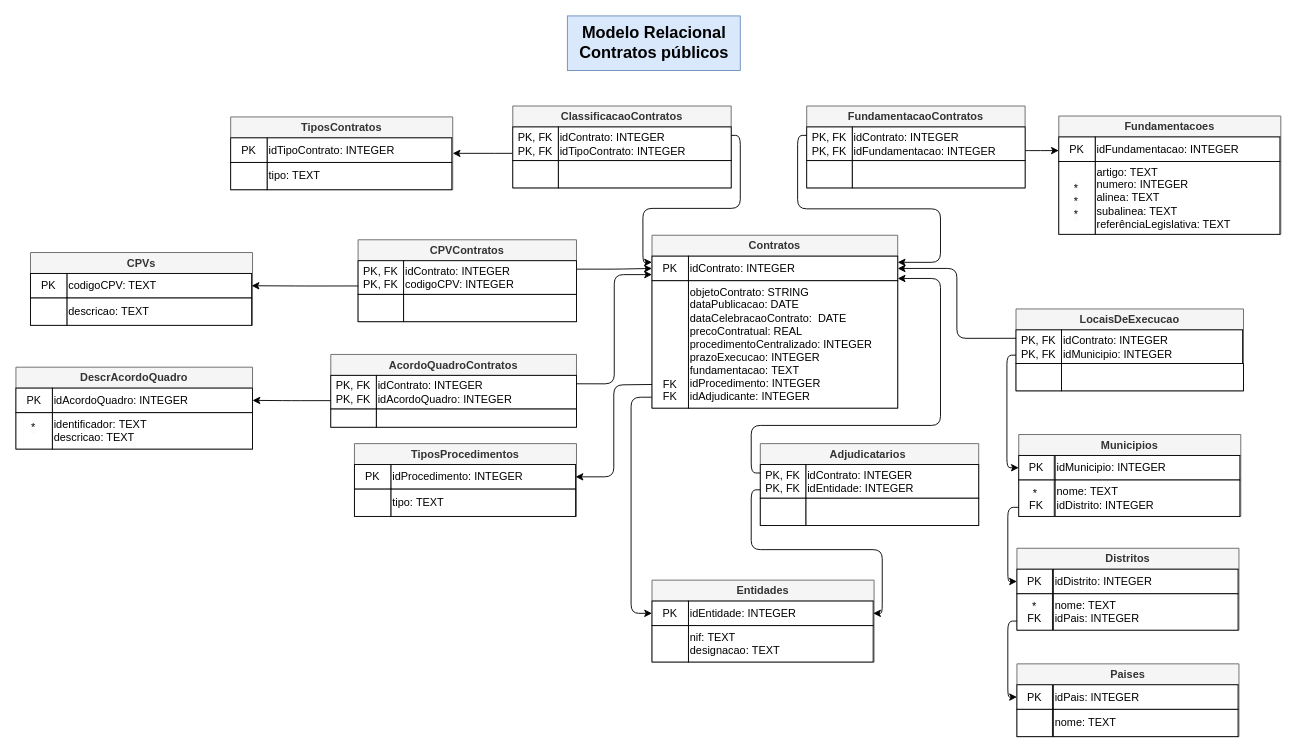
The draw.io diagram modelagem/modelo-relacional.drawio in bzabot/public-contracts-db, before the edit. Source tidied: cells renumbered, new cells numbered last; positions are measured from the earlier drawing's top-left corner, leaving out a move shared by most shapes. Both pictures are drawn from the tidied source at 91%, with x=0, y=0 at pixel (15, 15).
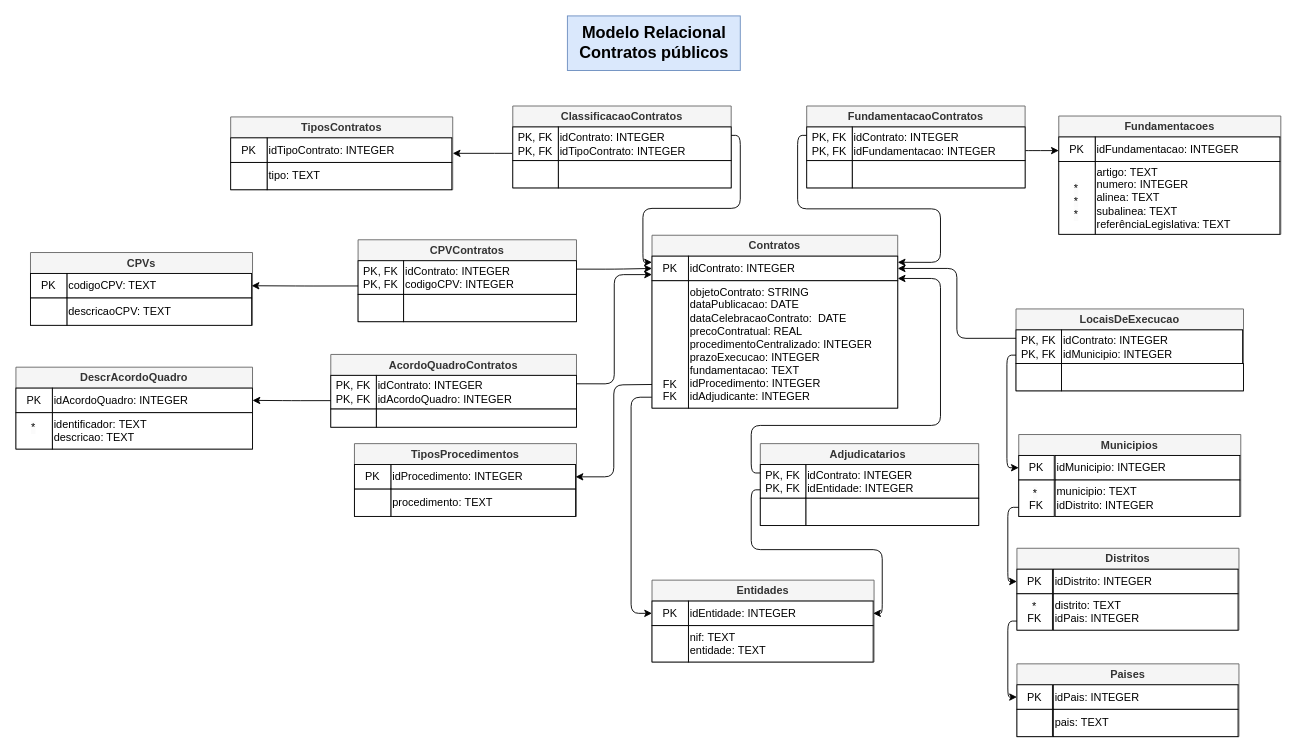
The same page after the edit.

The change refers to these unchanged cells:
```xml
<mxCell id="14" value="CPVs" style="swimlane;whiteSpace=wrap;html=1;fillColor=#f5f5f5;fontColor=#333333;strokeColor=#666666;" parent="1" vertex="1">
  <mxGeometry x="16" y="260" width="244" height="80" as="geometry" />
</mxCell>
<mxCell id="19" value="Entidades" style="swimlane;whiteSpace=wrap;html=1;fillColor=#f5f5f5;fontColor=#333333;strokeColor=#666666;" parent="1" vertex="1">
  <mxGeometry x="699" y="620" width="244" height="90" as="geometry" />
</mxCell>
<mxCell id="24" value="Municipios" style="swimlane;whiteSpace=wrap;html=1;fillColor=#f5f5f5;fontColor=#333333;strokeColor=#666666;" parent="1" vertex="1">
  <mxGeometry x="1102" y="460" width="244" height="90" as="geometry" />
</mxCell>
<mxCell id="30" value="Paises" style="swimlane;whiteSpace=wrap;html=1;fillColor=#f5f5f5;fontColor=#333333;strokeColor=#666666;" parent="1" vertex="1">
  <mxGeometry x="1100" y="712" width="244" height="80" as="geometry" />
</mxCell>
<mxCell id="35" value="Distritos" style="swimlane;whiteSpace=wrap;html=1;fillColor=#f5f5f5;fontColor=#333333;strokeColor=#666666;" parent="1" vertex="1">
  <mxGeometry x="1100" y="585" width="244" height="90" as="geometry" />
</mxCell>
<mxCell id="83" value="TiposProcedimentos" style="swimlane;whiteSpace=wrap;html=1;fillColor=#f5f5f5;fontColor=#333333;strokeColor=#666666;" parent="1" vertex="1">
  <mxGeometry x="372" y="470" width="244" height="80" as="geometry" />
</mxCell>
```

The edit, as a diff of the source:
```diff
@@
-    <mxCell id="17" value="&lt;div style=&quot;text-align: justify;&quot;&gt;&lt;span style=&quot;text-align: left;&quot;&gt;descricao:&amp;nbsp;&lt;/span&gt;&lt;span style=&quot;background-color: initial; text-align: left;&quot;&gt;TEXT&lt;/span&gt;&lt;/div&gt;" style="whiteSpace=wrap;html=1;align=left;" parent="14" vertex="1">
+    <mxCell id="17" value="&lt;div style=&quot;text-align: justify;&quot;&gt;&lt;span style=&quot;text-align: left;&quot;&gt;descricaoCPV:&amp;nbsp;&lt;/span&gt;&lt;span style=&quot;background-color: initial; text-align: left;&quot;&gt;TEXT&lt;/span&gt;&lt;/div&gt;" style="whiteSpace=wrap;html=1;align=left;" parent="14" vertex="1">
       <mxGeometry x="40" y="50" width="203" height="30" as="geometry" />
     </mxCell>
@@
-    <mxCell id="22" value="&lt;div style=&quot;text-align: justify;&quot;&gt;&lt;span style=&quot;text-align: left;&quot;&gt;nif:&amp;nbsp;&lt;/span&gt;&lt;span style=&quot;background-color: initial; text-align: left;&quot;&gt;TEXT&lt;/span&gt;&lt;/div&gt;&lt;div style=&quot;text-align: justify;&quot;&gt;&lt;span style=&quot;text-align: left;&quot;&gt;designacao:&amp;nbsp;&lt;/span&gt;&lt;span style=&quot;background-color: initial; text-align: left;&quot;&gt;TEXT&lt;/span&gt;&lt;/div&gt;" style="whiteSpace=wrap;html=1;align=left;" parent="19" vertex="1">
+    <mxCell id="22" value="&lt;div style=&quot;text-align: justify;&quot;&gt;&lt;span style=&quot;text-align: left;&quot;&gt;nif:&amp;nbsp;&lt;/span&gt;&lt;span style=&quot;background-color: initial; text-align: left;&quot;&gt;TEXT&lt;/span&gt;&lt;/div&gt;&lt;div style=&quot;text-align: justify;&quot;&gt;&lt;span style=&quot;text-align: left;&quot;&gt;entidade:&amp;nbsp;&lt;/span&gt;&lt;span style=&quot;background-color: initial; text-align: left;&quot;&gt;TEXT&lt;/span&gt;&lt;/div&gt;" style="whiteSpace=wrap;html=1;align=left;" parent="19" vertex="1">
       <mxGeometry x="40" y="50" width="203" height="40" as="geometry" />
     </mxCell>
@@
-    <mxCell id="27" value="&lt;div style=&quot;text-align: justify;&quot;&gt;&lt;span style=&quot;text-align: left;&quot;&gt;nome:&amp;nbsp;&lt;/span&gt;&lt;span style=&quot;background-color: initial; text-align: left;&quot;&gt;TEXT&lt;/span&gt;&lt;/div&gt;&lt;div style=&quot;text-align: left;&quot;&gt;idDistrito:&amp;nbsp;&lt;span style=&quot;background-color: initial;&quot;&gt;INTEGER&lt;/span&gt;&lt;/div&gt;" style="whiteSpace=wrap;html=1;align=left;" parent="24" vertex="1">
+    <mxCell id="27" value="&lt;div style=&quot;text-align: justify;&quot;&gt;&lt;span style=&quot;text-align: left;&quot;&gt;municipio:&amp;nbsp;&lt;/span&gt;&lt;span style=&quot;background-color: initial; text-align: left;&quot;&gt;TEXT&lt;/span&gt;&lt;/div&gt;&lt;div style=&quot;text-align: left;&quot;&gt;idDistrito:&amp;nbsp;&lt;span style=&quot;background-color: initial;&quot;&gt;INTEGER&lt;/span&gt;&lt;/div&gt;" style="whiteSpace=wrap;html=1;align=left;" parent="24" vertex="1">
       <mxGeometry x="40" y="50" width="203" height="40" as="geometry" />
     </mxCell>
@@
-    <mxCell id="33" value="&lt;div style=&quot;text-align: justify;&quot;&gt;&lt;span style=&quot;text-align: left;&quot;&gt;nome:&amp;nbsp;&lt;/span&gt;&lt;span style=&quot;background-color: initial; text-align: left;&quot;&gt;TEXT&lt;/span&gt;&lt;/div&gt;" style="whiteSpace=wrap;html=1;align=left;" parent="30" vertex="1">
+    <mxCell id="33" value="&lt;div style=&quot;text-align: justify;&quot;&gt;&lt;span style=&quot;text-align: left;&quot;&gt;pais:&amp;nbsp;&lt;/span&gt;&lt;span style=&quot;background-color: initial; text-align: left;&quot;&gt;TEXT&lt;/span&gt;&lt;/div&gt;" style="whiteSpace=wrap;html=1;align=left;" parent="30" vertex="1">
       <mxGeometry x="40" y="50" width="203" height="30" as="geometry" />
     </mxCell>
@@
-    <mxCell id="38" value="&lt;div style=&quot;text-align: justify;&quot;&gt;&lt;span style=&quot;text-align: left;&quot;&gt;nome:&amp;nbsp;&lt;/span&gt;&lt;span style=&quot;background-color: initial; text-align: left;&quot;&gt;TEXT&lt;/span&gt;&lt;/div&gt;&lt;div style=&quot;text-align: justify;&quot;&gt;&lt;span style=&quot;text-align: left;&quot;&gt;idPais:&amp;nbsp;&lt;/span&gt;&lt;span style=&quot;background-color: initial; text-align: left;&quot;&gt;INTEGER&lt;/span&gt;&lt;/div&gt;" style="whiteSpace=wrap;html=1;align=left;" parent="35" vertex="1">
+    <mxCell id="38" value="&lt;div style=&quot;text-align: justify;&quot;&gt;&lt;span style=&quot;text-align: left;&quot;&gt;distrito:&amp;nbsp;&lt;/span&gt;&lt;span style=&quot;background-color: initial; text-align: left;&quot;&gt;TEXT&lt;/span&gt;&lt;/div&gt;&lt;div style=&quot;text-align: justify;&quot;&gt;&lt;span style=&quot;text-align: left;&quot;&gt;idPais:&amp;nbsp;&lt;/span&gt;&lt;span style=&quot;background-color: initial; text-align: left;&quot;&gt;INTEGER&lt;/span&gt;&lt;/div&gt;" style="whiteSpace=wrap;html=1;align=left;" parent="35" vertex="1">
       <mxGeometry x="40" y="50" width="203" height="40" as="geometry" />
     </mxCell>
@@
-    <mxCell id="86" value="&lt;div style=&quot;text-align: justify;&quot;&gt;&lt;span style=&quot;text-align: left;&quot;&gt;tipo:&amp;nbsp;&lt;/span&gt;&lt;span style=&quot;background-color: initial; text-align: left;&quot;&gt;TEXT&lt;/span&gt;&lt;/div&gt;" style="whiteSpace=wrap;html=1;align=left;" parent="83" vertex="1">
+    <mxCell id="86" value="&lt;div style=&quot;text-align: justify;&quot;&gt;&lt;span style=&quot;text-align: left;&quot;&gt;procedimento:&amp;nbsp;&lt;/span&gt;&lt;span style=&quot;background-color: initial; text-align: left;&quot;&gt;TEXT&lt;/span&gt;&lt;/div&gt;" style="whiteSpace=wrap;html=1;align=left;" parent="83" vertex="1">
       <mxGeometry x="40" y="50" width="203" height="30" as="geometry" />
     </mxCell>
```
